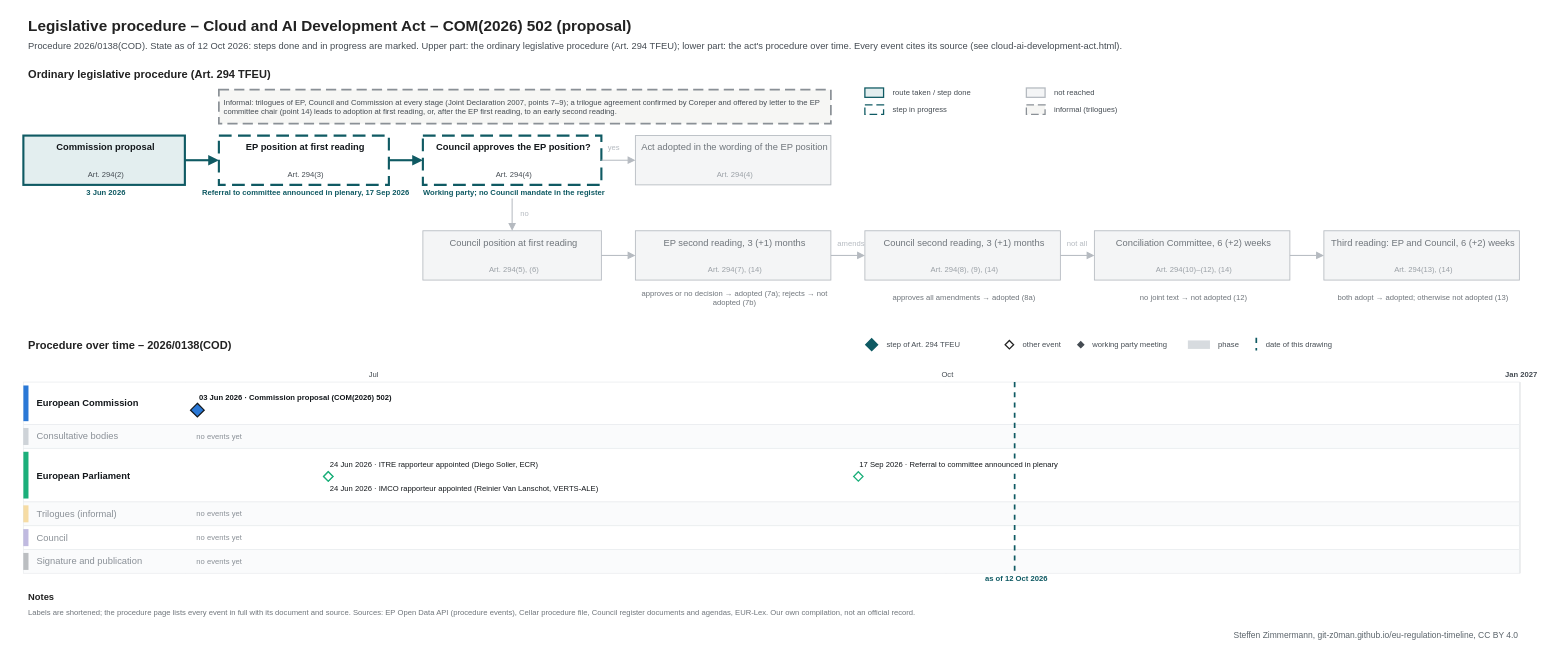
The draw.io diagram procedures/cloud-ai-development-act.drawio in git-z0man/eu-regulation-timeline, before the edit. Source tidied: cells renumbered, new cells numbered last; positions are measured from the earlier drawing's top-left corner, leaving out a move shared by most shapes. Both pictures are drawn from the tidied source at 85%, with x=0, y=0 at pixel (14, 14).
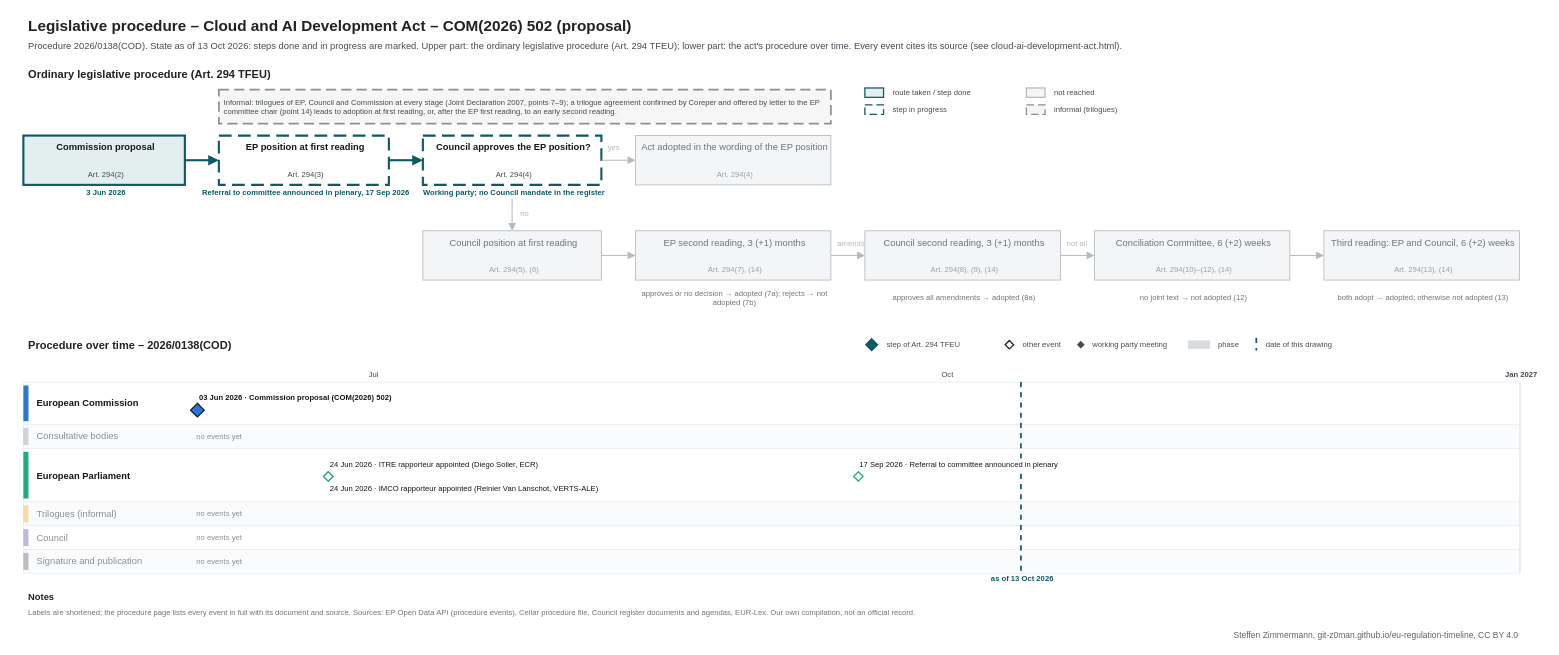
After the change.

Change to the diagram source:
```diff
@@
-    <mxCell id="3" value="Procedure 2026/0138(COD). State as of 12 Oct 2026: steps done and in progress are marked. Upper part: the ordinary legislative procedure (Art. 294 TFEU); lower part: the act's procedure over time. Every event cites its source (see cloud-ai-development-act.html)." style="text;html=1;fontSize=11;fontColor=#454c53;align=left;verticalAlign=middle;spacingLeft=4;" parent="1" vertex="1">
+    <mxCell id="3" value="Procedure 2026/0138(COD). State as of 13 Oct 2026: steps done and in progress are marked. Upper part: the ordinary legislative procedure (Art. 294 TFEU); lower part: the act's procedure over time. Every event cites its source (see cloud-ai-development-act.html)." style="text;html=1;fontSize=11;fontColor=#454c53;align=left;verticalAlign=middle;spacingLeft=4;" parent="1" vertex="1">
       <mxGeometry x="10" y="28" width="1700" height="18" as="geometry" />
     </mxCell>
@@
     <mxCell id="105" style="line;html=1;strokeWidth=2;strokeColor=#0f5a63;direction=south;dashed=1;" parent="1" vertex="1">
-      <mxGeometry x="1175.7" y="432" width="1" height="225" as="geometry" />
+      <mxGeometry x="1183.1" y="432" width="1" height="225" as="geometry" />
     </mxCell>
-    <mxCell id="106" value="as of 12 Oct 2026" style="text;html=1;fontSize=9;fontColor=#0f5a63;align=center;verticalAlign=middle;spacingLeft=4;fontStyle=1;" parent="1" vertex="1">
-      <mxGeometry x="1115.7" y="658" width="120" height="12" as="geometry" />
+    <mxCell id="106" value="as of 13 Oct 2026" style="text;html=1;fontSize=9;fontColor=#0f5a63;align=center;verticalAlign=middle;spacingLeft=4;fontStyle=1;" parent="1" vertex="1">
+      <mxGeometry x="1123.1" y="658" width="120" height="12" as="geometry" />
     </mxCell>
```
